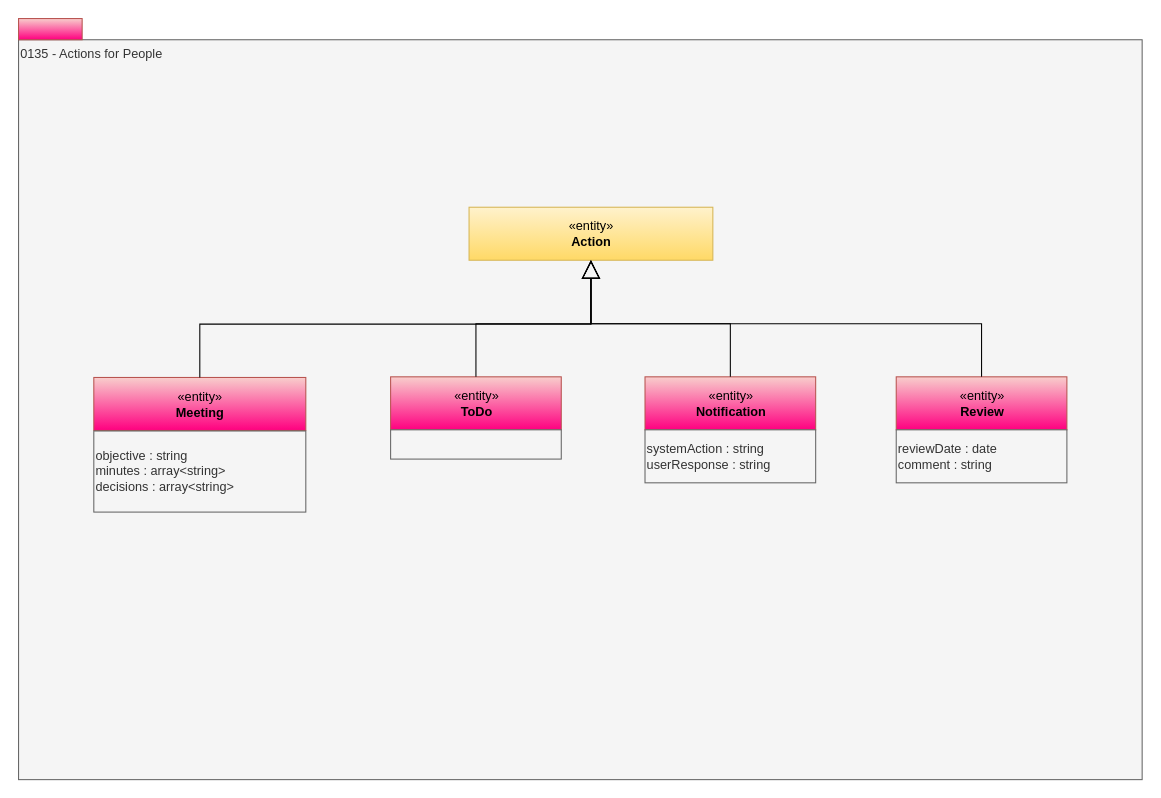
Above: page "0135-Actions-For-People" (12 of 16) of site/docs/types/1/area-1-collaboration.drawio in odpi/egeria-docs (draw.io), before the change. Source tidied: cells renumbered, new cells numbered last; positions are measured from the earlier drawing's top-left corner, leaving out a move shared by most shapes. Both pictures are drawn from the tidied source at 106%, with x=0, y=0 at pixel (18, 18).
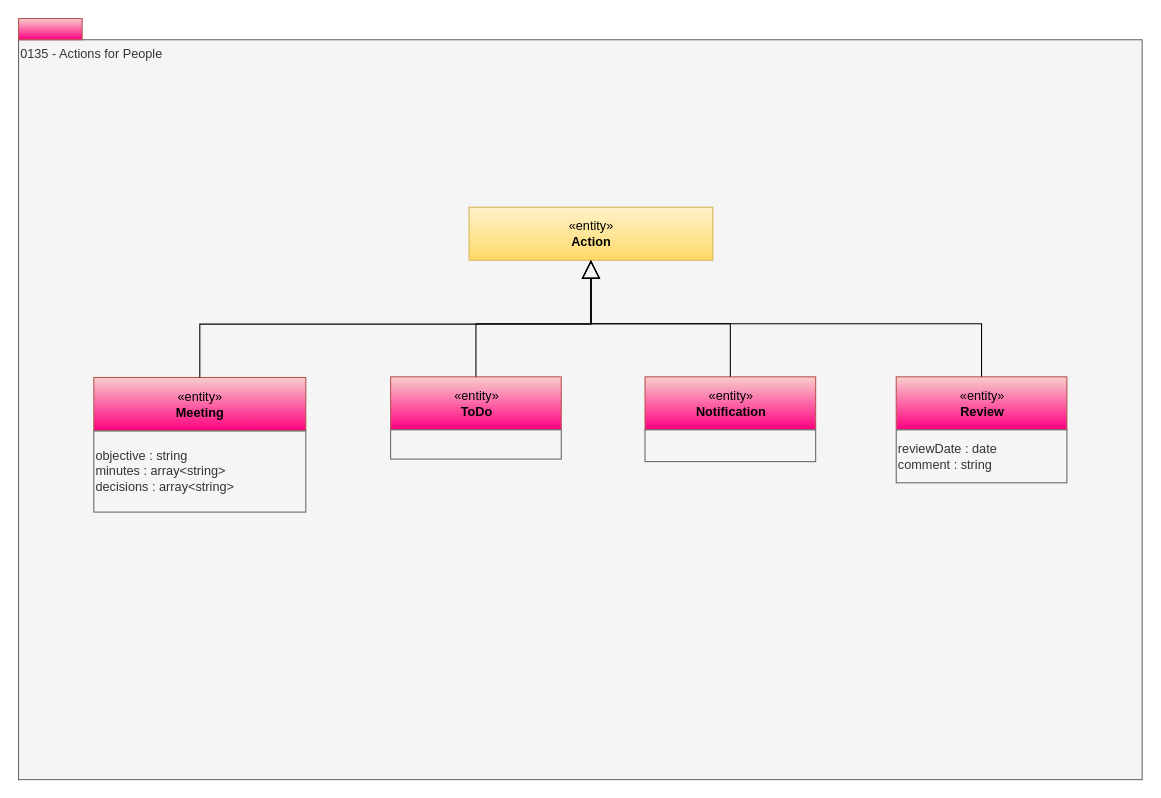
After the change.

What changed in the source:
```diff
@@
 <mxGraphModel>
   <root>
     <mxCell id="0" />
     <mxCell id="1" parent="0" />
     <mxCell id="2" value="0135 - Actions for People" style="rounded=0;whiteSpace=wrap;html=1;align=left;verticalAlign=top;fillColor=#f5f5f5;fontColor=#333333;strokeColor=#666666;" parent="1" vertex="1">
       <mxGeometry y="20" width="1060" height="698" as="geometry" />
     </mxCell>
     <mxCell id="3" value="«entity»&lt;br&gt;&lt;b&gt;Meeting&lt;/b&gt;" style="html=1;strokeColor=#b85450;align=center;fillColor=#f8cecc;gradientColor=#FF0080;" parent="1" vertex="1">
       <mxGeometry x="71" y="338.6" width="200" height="50" as="geometry" />
     </mxCell>
     <mxCell id="4" style="html=1;strokeColor=#b85450;align=center;fillColor=#f8cecc;gradientColor=#FF0080;" parent="1" vertex="1">
       <mxGeometry width="60" height="20" as="geometry" />
     </mxCell>
     <mxCell id="5" value="objective : string&lt;br&gt;minutes : array&amp;lt;string&amp;gt;&lt;div&gt;decisions : array&amp;lt;string&amp;gt;&lt;/div&gt;" style="rounded=0;whiteSpace=wrap;html=1;align=left;fillColor=#f5f5f5;fontColor=#333333;strokeColor=#666666;" parent="1" vertex="1">
       <mxGeometry x="71" y="389.1" width="200" height="76.5" as="geometry" />
     </mxCell>
     <mxCell id="6" value="«entity»&lt;br&gt;&lt;b&gt;Action&lt;/b&gt;" style="html=1;strokeColor=#d6b656;align=center;fillColor=#fff2cc;gradientColor=#ffd966;" parent="1" vertex="1">
       <mxGeometry x="425" y="178" width="230" height="50" as="geometry" />
     </mxCell>
     <mxCell id="7" value="«entity»&lt;br&gt;&lt;b&gt;ToDo&lt;/b&gt;" style="html=1;strokeColor=#b85450;align=center;fillColor=#f8cecc;gradientColor=#FF0080;" parent="1" vertex="1">
       <mxGeometry x="351" y="338" width="161" height="50" as="geometry" />
     </mxCell>
     <mxCell id="8" style="rounded=0;whiteSpace=wrap;html=1;align=left;fillColor=#f5f5f5;fontColor=#333333;strokeColor=#666666;" parent="1" vertex="1">
       <mxGeometry x="351" y="388" width="161" height="27.6" as="geometry" />
     </mxCell>
     <mxCell id="9" style="edgeStyle=orthogonalEdgeStyle;rounded=0;jettySize=auto;html=1;exitX=0.5;exitY=0;exitDx=0;exitDy=0;endArrow=block;endFill=0;endSize=15;entryX=0.5;entryY=1;entryDx=0;entryDy=0;" parent="1" edge="1" source="7" target="6">
       <mxGeometry relative="1" as="geometry" />
     </mxCell>
     <mxCell id="10" style="edgeStyle=orthogonalEdgeStyle;rounded=0;jettySize=auto;html=1;exitX=0.5;exitY=0;exitDx=0;exitDy=0;endArrow=block;endFill=0;endSize=15;entryX=0.5;entryY=1;entryDx=0;entryDy=0;" parent="1" edge="1" source="3" target="6">
       <mxGeometry relative="1" as="geometry" />
     </mxCell>
     <mxCell id="11" value="«entity»&lt;br&gt;&lt;b&gt;Notification&lt;/b&gt;" style="html=1;strokeColor=#b85450;align=center;fillColor=#f8cecc;gradientColor=#FF0080;" parent="1" vertex="1">
       <mxGeometry x="591" y="338" width="161" height="50" as="geometry" />
     </mxCell>
-    <mxCell id="12" value="systemAction : string&lt;div&gt;userResponse : string&lt;/div&gt;" style="rounded=0;whiteSpace=wrap;html=1;align=left;fillColor=#f5f5f5;fontColor=#333333;strokeColor=#666666;" parent="1" vertex="1">
-      <mxGeometry x="591" y="388" width="161" height="50" as="geometry" />
+    <mxCell id="12" style="rounded=0;whiteSpace=wrap;html=1;align=left;fillColor=#f5f5f5;fontColor=#333333;strokeColor=#666666;" parent="1" vertex="1">
+      <mxGeometry x="591" y="388" width="161" height="30" as="geometry" />
     </mxCell>
     <mxCell id="13" style="edgeStyle=orthogonalEdgeStyle;rounded=0;jettySize=auto;html=1;exitX=0.5;exitY=0;exitDx=0;exitDy=0;endArrow=block;endFill=0;endSize=15;entryX=0.5;entryY=1;entryDx=0;entryDy=0;" parent="1" edge="1" source="11" target="6">
       <mxGeometry relative="1" as="geometry" />
     </mxCell>
     <mxCell id="14" value="«entity»&lt;br&gt;&lt;b&gt;Review&lt;/b&gt;" style="html=1;strokeColor=#b85450;align=center;fillColor=#f8cecc;gradientColor=#FF0080;" parent="1" vertex="1">
       <mxGeometry x="828" y="338" width="161" height="50" as="geometry" />
     </mxCell>
     <mxCell id="15" value="reviewDate : date&lt;div&gt;comment : string&lt;/div&gt;" style="rounded=0;whiteSpace=wrap;html=1;align=left;fillColor=#f5f5f5;fontColor=#333333;strokeColor=#666666;" parent="1" vertex="1">
       <mxGeometry x="828" y="388" width="161" height="50" as="geometry" />
     </mxCell>
     <mxCell id="16" style="edgeStyle=orthogonalEdgeStyle;rounded=0;jettySize=auto;html=1;exitX=0.5;exitY=0;exitDx=0;exitDy=0;endArrow=block;endFill=0;endSize=15;entryX=0.5;entryY=1;entryDx=0;entryDy=0;" parent="1" edge="1" source="14" target="6">
       <mxGeometry relative="1" as="geometry" />
     </mxCell>
   </root>
 </mxGraphModel>
```
